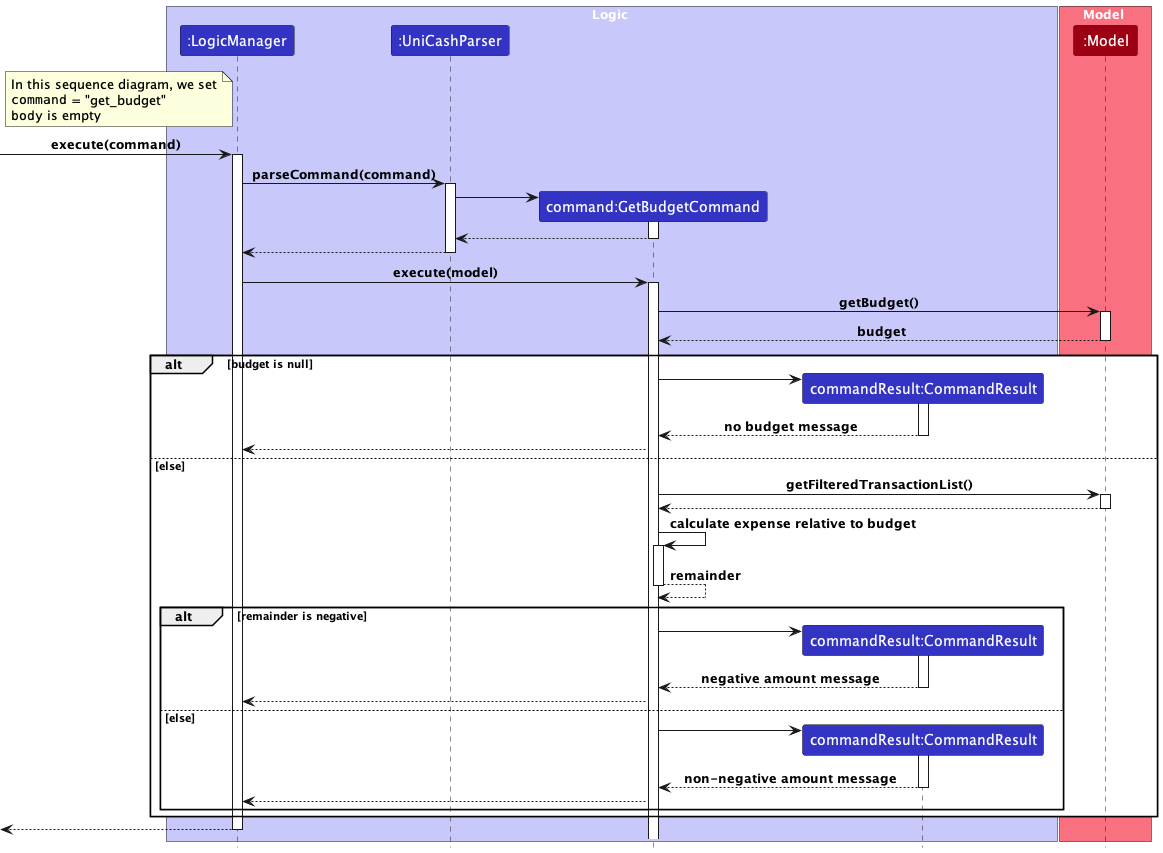
Earlier version of the PlantUML export docs/images/unicash/budget-management/GetBudgetSequenceDiagram.png (woojiahao/tp). Source of this version:
```plantuml
@startuml
!include ../../style.puml

skinparam noteTextAlignment left

box Logic LOGIC_COLOR_T1
participant ":LogicManager" as LogicManager LOGIC_COLOR
participant ":UniCashParser" as UniCashParser LOGIC_COLOR
participant "command:GetBudgetCommand" as GetBudgetCommand LOGIC_COLOR
participant "commandResult:CommandResult" as CommandResult LOGIC_COLOR


end box

box Model MODEL_COLOR_T1
participant ":Model" as Model MODEL_COLOR
end box

note left LogicManager
In this sequence diagram, we set
""command"" = "get_budget"
""body"" is empty
end note

[-> LogicManager : execute(command)
activate LogicManager

LogicManager -> UniCashParser : parseCommand(command)
activate UniCashParser

create GetBudgetCommand
UniCashParser -> GetBudgetCommand
activate GetBudgetCommand
GetBudgetCommand --> UniCashParser
deactivate GetBudgetCommand

UniCashParser --> LogicManager
deactivate UniCashParser

LogicManager -> GetBudgetCommand : execute(model)
activate GetBudgetCommand

GetBudgetCommand -> Model : getBudget()
activate Model
Model --> GetBudgetCommand : budget
deactivate Model

alt budget is null

    create CommandResult
    GetBudgetCommand -> CommandResult
    activate CommandResult

    CommandResult --> GetBudgetCommand : no budget message
    deactivate CommandResult

    GetBudgetCommand --> LogicManager

else else

    GetBudgetCommand -> Model : getFilteredTransactionList()
    activate Model
    Model --> GetBudgetCommand
    deactivate Model
    GetBudgetCommand -> GetBudgetCommand : calculate expense relative to budget
    activate GetBudgetCommand
    GetBudgetCommand --> GetBudgetCommand : remainder
    deactivate GetBudgetCommand

    alt remainder is negative
        create CommandResult
        GetBudgetCommand -> CommandResult
        activate CommandResult
        CommandResult --> GetBudgetCommand : negative amount message
        deactivate CommandResult
        GetBudgetCommand --> LogicManager
    else else
        create CommandResult
        GetBudgetCommand -> CommandResult
        activate CommandResult
        CommandResult --> GetBudgetCommand : non-negative amount message
        deactivate CommandResult
        GetBudgetCommand --> LogicManager
    end

end

[<--LogicManager
deactivate LogicManager
@enduml
```
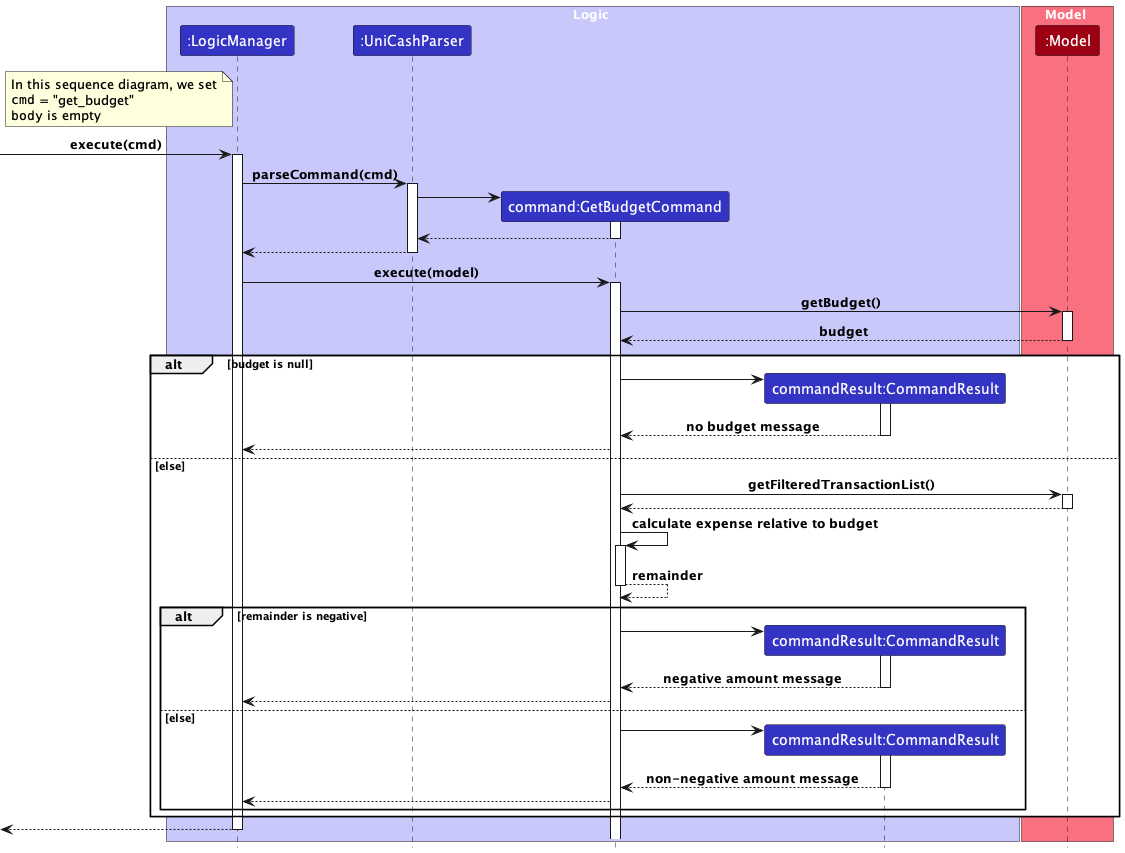
Above is the later version.

Commit message:
Rename input command to cmd

Change to the diagram source:
```diff
@@ -18,14 +18,14 @@
 
 note left LogicManager
 In this sequence diagram, we set
-""command"" = "get_budget"
+""cmd"" = "get_budget"
 ""body"" is empty
 end note
 
-[-> LogicManager : execute(command)
+[-> LogicManager : execute(cmd)
 activate LogicManager
 
-LogicManager -> UniCashParser : parseCommand(command)
+LogicManager -> UniCashParser : parseCommand(cmd)
 activate UniCashParser
 
 create GetBudgetCommand
```
